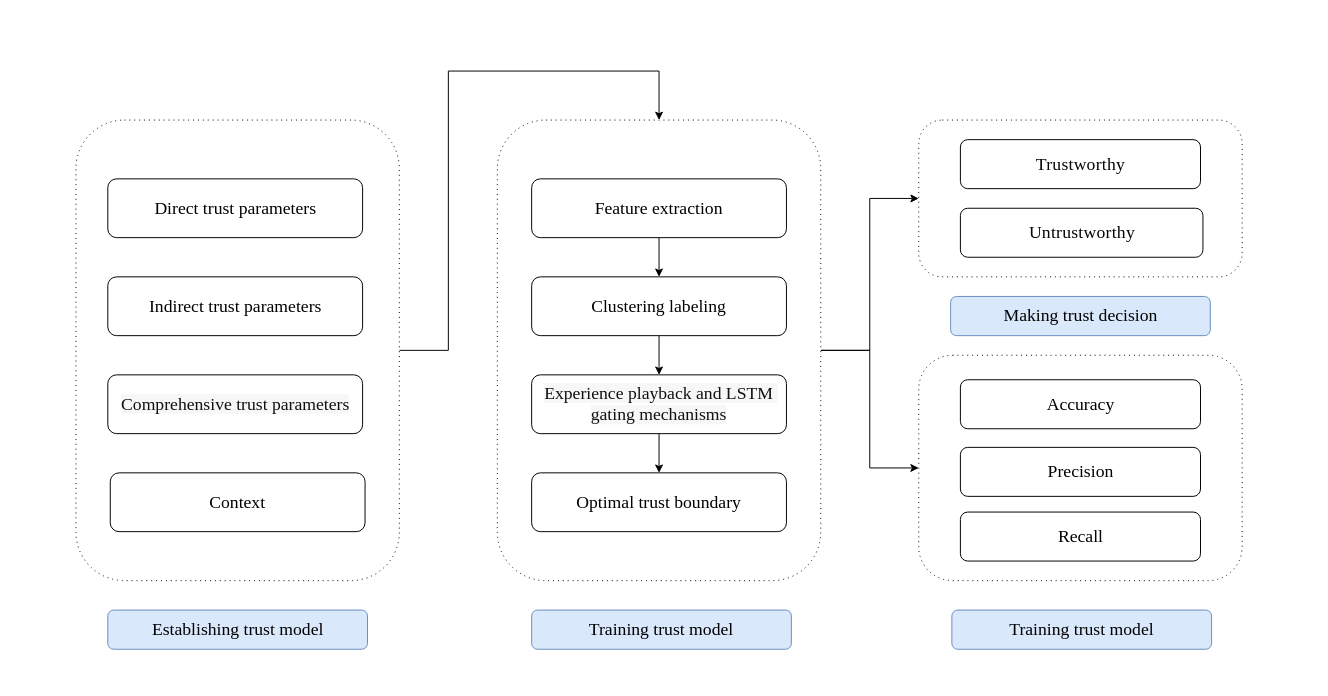
Before: 流程图.drawio in dongtianshuo/dongtianshuo5, a draw.io diagram. Source tidied: cells renumbered, new cells numbered last; positions are measured from the earlier drawing's top-left corner, leaving out a move shared by most shapes. Both pictures are drawn from the tidied source at 98%, with x=0, y=0 at pixel (75, 71).
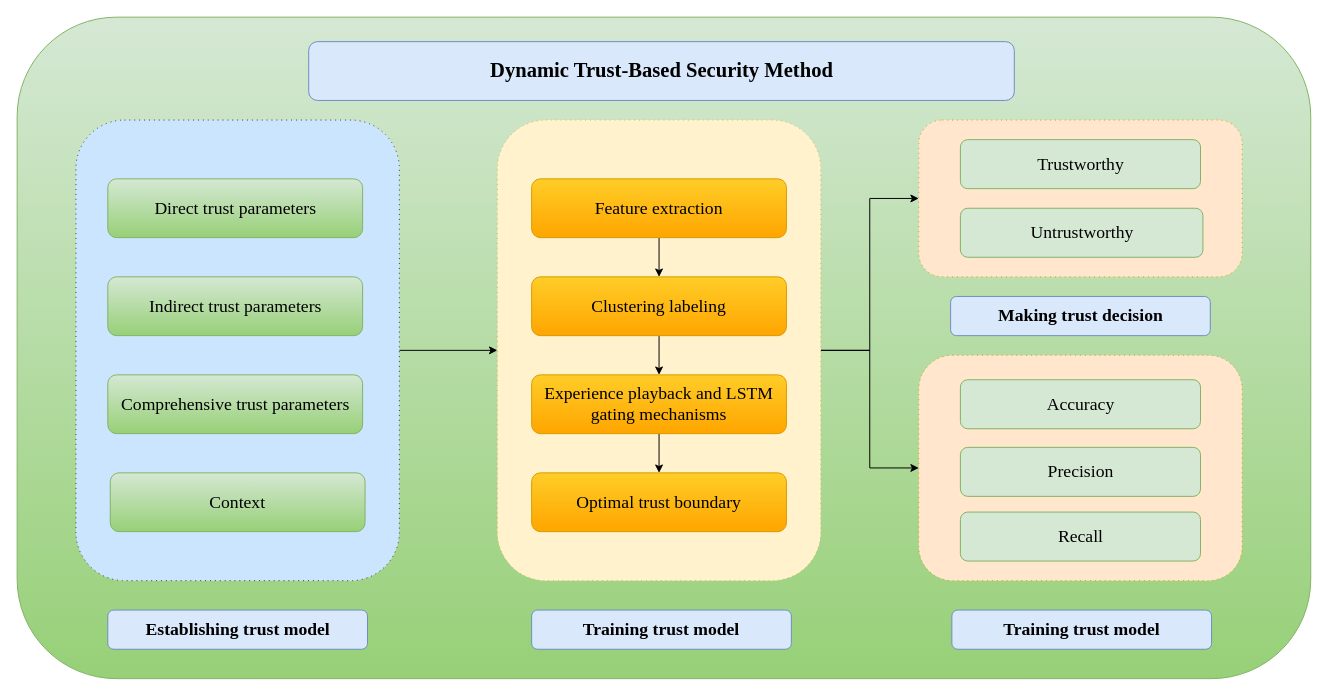
Above is the later version.

Commit message:
更新流程图.drawio

What changed in the source:
```diff
@@
+    <mxCell id="29" style="rounded=1;whiteSpace=wrap;html=1;fillColor=#d5e8d4;strokeColor=#82b366;gradientColor=#97d077;" parent="1" vertex="1">
+      <mxGeometry x="-60" y="-55" width="1320" height="675" as="geometry" />
+    </mxCell>
-    <mxCell id="2" style="edgeStyle=orthogonalEdgeStyle;rounded=0;jettySize=auto;html=1;entryX=0.5;entryY=0;entryDx=0;entryDy=0;" parent="1" edge="1" source="3" target="10">
-      <mxGeometry relative="1" as="geometry">
-        <Array as="points">
-          <mxPoint x="380" y="285" />
-          <mxPoint x="380" />
-          <mxPoint x="595" />
-        </Array>
-      </mxGeometry>
+    <mxCell id="2" style="edgeStyle=orthogonalEdgeStyle;rounded=0;jettySize=auto;html=1;" parent="1" edge="1" source="3" target="10">
+      <mxGeometry relative="1" as="geometry" />
     </mxCell>
-    <mxCell id="3" style="rounded=1;whiteSpace=wrap;html=1;dashed=1;dashPattern=1 4;" parent="1" vertex="1">
+    <mxCell id="3" style="rounded=1;whiteSpace=wrap;html=1;dashed=1;dashPattern=1 4;fillColor=#cce5ff;strokeColor=#36393d;" parent="1" vertex="1">
       <mxGeometry y="50" width="330" height="470" as="geometry" />
     </mxCell>
-    <mxCell id="4" value="&lt;font style=&quot;font-size: 18px;&quot; face=&quot;Times New Roman&quot;&gt;Direct trust parameters&lt;/font&gt;" style="rounded=1;whiteSpace=wrap;html=1;" parent="1" vertex="1">
+    <mxCell id="4" value="&lt;font style=&quot;font-size: 18px;&quot; face=&quot;Times New Roman&quot;&gt;Direct trust parameters&lt;/font&gt;" style="rounded=1;whiteSpace=wrap;html=1;fillColor=#d5e8d4;strokeColor=#82b366;gradientColor=#97d077;" parent="1" vertex="1">
       <mxGeometry x="32.5" y="110" width="260" height="60" as="geometry" />
     </mxCell>
-    <mxCell id="5" value="&lt;font style=&quot;font-size: 18px;&quot; face=&quot;Times New Roman&quot;&gt;Indirect trust parameters&lt;/font&gt;" style="rounded=1;whiteSpace=wrap;html=1;" parent="1" vertex="1">
+    <mxCell id="5" value="&lt;font style=&quot;font-size: 18px;&quot; face=&quot;Times New Roman&quot;&gt;Indirect trust parameters&lt;/font&gt;" style="rounded=1;whiteSpace=wrap;html=1;fillColor=#d5e8d4;strokeColor=#82b366;gradientColor=#97d077;" parent="1" vertex="1">
       <mxGeometry x="32.5" y="210" width="260" height="60" as="geometry" />
     </mxCell>
-    <mxCell id="6" value="&lt;font style=&quot;font-size: 18px;&quot; face=&quot;Times New Roman&quot;&gt;Context&lt;/font&gt;" style="rounded=1;whiteSpace=wrap;html=1;" parent="1" vertex="1">
+    <mxCell id="6" value="&lt;font style=&quot;font-size: 18px;&quot; face=&quot;Times New Roman&quot;&gt;Context&lt;/font&gt;" style="rounded=1;whiteSpace=wrap;html=1;fillColor=#d5e8d4;strokeColor=#82b366;gradientColor=#97d077;" parent="1" vertex="1">
       <mxGeometry x="35" y="410" width="260" height="60" as="geometry" />
     </mxCell>
-    <mxCell id="7" value="&lt;font style=&quot;font-size: 18px;&quot; face=&quot;Times New Roman&quot;&gt;Establishing trust model&lt;/font&gt;" style="rounded=1;whiteSpace=wrap;html=1;fillColor=#dae8fc;strokeColor=#6c8ebf;align=center;" parent="1" vertex="1">
+    <mxCell id="7" value="&lt;font style=&quot;font-size: 18px;&quot; face=&quot;Times New Roman&quot;&gt;&lt;b&gt;Establishing trust model&lt;/b&gt;&lt;/font&gt;" style="rounded=1;whiteSpace=wrap;html=1;fillColor=#dae8fc;strokeColor=#6c8ebf;align=center;" parent="1" vertex="1">
       <mxGeometry x="32.5" y="550" width="265" height="40" as="geometry" />
     </mxCell>
@@
-    <mxCell id="10" style="rounded=1;whiteSpace=wrap;html=1;dashed=1;dashPattern=1 4;" parent="1" vertex="1">
+    <mxCell id="10" style="rounded=1;whiteSpace=wrap;html=1;dashed=1;dashPattern=1 4;fillColor=#fff2cc;strokeColor=#d6b656;" parent="1" vertex="1">
       <mxGeometry x="430" y="50" width="330" height="470" as="geometry" />
     </mxCell>
-    <mxCell id="11" value="&lt;span style=&quot;color: rgb(17, 17, 17); font-size: 18px; text-align: start; white-space-collapse: preserve; background-color: rgb(247, 247, 247);&quot;&gt;&lt;font face=&quot;Times New Roman&quot;&gt;Comprehensive trust parameters&lt;/font&gt;&lt;/span&gt;" style="rounded=1;whiteSpace=wrap;html=1;" parent="1" vertex="1">
+    <mxCell id="11" value="&lt;font face=&quot;Times New Roman&quot; style=&quot;font-size: 18px;&quot;&gt;Comprehensive trust parameters&lt;/font&gt;" style="rounded=1;whiteSpace=wrap;html=1;fillColor=#d5e8d4;strokeColor=#82b366;gradientColor=#97d077;" parent="1" vertex="1">
       <mxGeometry x="32.5" y="310" width="260" height="60" as="geometry" />
     </mxCell>
@@
-    <mxCell id="13" value="&lt;font style=&quot;font-size: 18px;&quot; face=&quot;Times New Roman&quot;&gt;Feature extraction&lt;/font&gt;" style="rounded=1;whiteSpace=wrap;html=1;" parent="1" vertex="1">
+    <mxCell id="13" value="&lt;font style=&quot;font-size: 18px;&quot; face=&quot;Times New Roman&quot;&gt;Feature extraction&lt;/font&gt;" style="rounded=1;whiteSpace=wrap;html=1;fillColor=#ffcd28;strokeColor=#d79b00;gradientColor=#ffa500;" parent="1" vertex="1">
       <mxGeometry x="465" y="110" width="260" height="60" as="geometry" />
     </mxCell>
@@
-    <mxCell id="15" value="&lt;font style=&quot;font-size: 18px;&quot; face=&quot;Times New Roman&quot;&gt;Clustering labeling&lt;/font&gt;" style="rounded=1;whiteSpace=wrap;html=1;" parent="1" vertex="1">
+    <mxCell id="15" value="&lt;font style=&quot;font-size: 18px;&quot; face=&quot;Times New Roman&quot;&gt;Clustering labeling&lt;/font&gt;" style="rounded=1;whiteSpace=wrap;html=1;fillColor=#ffcd28;strokeColor=#d79b00;gradientColor=#ffa500;" parent="1" vertex="1">
       <mxGeometry x="465" y="210" width="260" height="60" as="geometry" />
     </mxCell>
@@
-    <mxCell id="17" value="&lt;span style=&quot;color: rgb(17, 17, 17); font-size: 18px; text-align: start; white-space-collapse: preserve; background-color: rgb(247, 247, 247);&quot;&gt;&lt;font face=&quot;Times New Roman&quot;&gt;Experience playback and LSTM gating mechanisms&lt;/font&gt;&lt;/span&gt;" style="rounded=1;whiteSpace=wrap;html=1;" parent="1" vertex="1">
+    <mxCell id="17" value="&lt;div style=&quot;text-align: center;&quot;&gt;&lt;font face=&quot;Times New Roman&quot;&gt;&lt;span style=&quot;font-size: 18px;&quot;&gt;Experience playback and LSTM gating mechanisms&lt;/span&gt;&lt;/font&gt;&lt;/div&gt;" style="rounded=1;whiteSpace=wrap;html=1;fillColor=#ffcd28;strokeColor=#d79b00;gradientColor=#ffa500;" parent="1" vertex="1">
       <mxGeometry x="465" y="310" width="260" height="60" as="geometry" />
     </mxCell>
-    <mxCell id="18" value="&lt;font style=&quot;font-size: 18px;&quot; face=&quot;Times New Roman&quot;&gt;Optimal trust boundary&lt;/font&gt;" style="rounded=1;whiteSpace=wrap;html=1;" parent="1" vertex="1">
+    <mxCell id="18" value="&lt;font style=&quot;font-size: 18px;&quot; face=&quot;Times New Roman&quot;&gt;Optimal trust boundary&lt;/font&gt;" style="rounded=1;whiteSpace=wrap;html=1;fillColor=#ffcd28;strokeColor=#d79b00;gradientColor=#ffa500;" parent="1" vertex="1">
       <mxGeometry x="465" y="410" width="260" height="60" as="geometry" />
     </mxCell>
-    <mxCell id="19" value="&lt;font style=&quot;font-size: 18px;&quot; face=&quot;Times New Roman&quot;&gt;Training trust model&lt;/font&gt;" style="rounded=1;whiteSpace=wrap;html=1;fillColor=#dae8fc;strokeColor=#6c8ebf;align=center;" parent="1" vertex="1">
+    <mxCell id="19" value="&lt;font style=&quot;font-size: 18px;&quot; face=&quot;Times New Roman&quot;&gt;&lt;b&gt;Training trust model&lt;/b&gt;&lt;/font&gt;" style="rounded=1;whiteSpace=wrap;html=1;fillColor=#dae8fc;strokeColor=#6c8ebf;align=center;" parent="1" vertex="1">
       <mxGeometry x="465" y="550" width="265" height="40" as="geometry" />
     </mxCell>
-    <mxCell id="20" style="rounded=1;whiteSpace=wrap;html=1;dashed=1;dashPattern=1 4;" parent="1" vertex="1">
+    <mxCell id="20" style="rounded=1;whiteSpace=wrap;html=1;dashed=1;dashPattern=1 4;fillColor=#ffe6cc;strokeColor=#d79b00;" parent="1" vertex="1">
       <mxGeometry x="860" y="50" width="330" height="160" as="geometry" />
     </mxCell>
-    <mxCell id="21" style="rounded=1;whiteSpace=wrap;html=1;dashed=1;dashPattern=1 4;" parent="1" vertex="1">
+    <mxCell id="21" style="rounded=1;whiteSpace=wrap;html=1;dashed=1;dashPattern=1 4;fillColor=#ffe6cc;strokeColor=#d79b00;" parent="1" vertex="1">
       <mxGeometry x="860" y="290" width="330" height="230" as="geometry" />
     </mxCell>
-    <mxCell id="22" value="&lt;span style=&quot;color: rgb(6, 6, 7); letter-spacing: 0.25px; text-align: left; white-space-collapse: preserve; background-color: rgb(255, 255, 255);&quot;&gt;&lt;font style=&quot;font-size: 18px;&quot; face=&quot;Times New Roman&quot;&gt;Trustworthy&lt;/font&gt;&lt;/span&gt;" style="rounded=1;whiteSpace=wrap;html=1;" parent="1" vertex="1">
+    <mxCell id="22" value="&lt;font style=&quot;font-size: 18px;&quot; face=&quot;Times New Roman&quot;&gt;Trustworthy&lt;/font&gt;" style="rounded=1;whiteSpace=wrap;html=1;fillColor=#d5e8d4;strokeColor=#82b366;" parent="1" vertex="1">
       <mxGeometry x="902.5" y="70" width="245" height="50" as="geometry" />
     </mxCell>
-    <mxCell id="23" value="&lt;span style=&quot;color: rgb(6, 6, 7); letter-spacing: 0.25px; text-align: left; white-space-collapse: preserve; background-color: rgb(255, 255, 255);&quot;&gt;&lt;font style=&quot;font-size: 18px;&quot; face=&quot;Times New Roman&quot;&gt;Untrustworthy&lt;/font&gt;&lt;/span&gt;" style="rounded=1;whiteSpace=wrap;html=1;" parent="1" vertex="1">
+    <mxCell id="23" value="&lt;font style=&quot;font-size: 18px;&quot; face=&quot;Times New Roman&quot;&gt;Untrustworthy&lt;/font&gt;" style="rounded=1;whiteSpace=wrap;html=1;fillColor=#d5e8d4;strokeColor=#82b366;" parent="1" vertex="1">
       <mxGeometry x="902.5" y="140" width="247.5" height="50" as="geometry" />
     </mxCell>
-    <mxCell id="24" value="&lt;font style=&quot;font-size: 18px;&quot; face=&quot;Times New Roman&quot;&gt;Making trust decision&lt;/font&gt;" style="rounded=1;whiteSpace=wrap;html=1;fillColor=#dae8fc;strokeColor=#6c8ebf;align=center;" parent="1" vertex="1">
+    <mxCell id="24" value="&lt;font style=&quot;font-size: 18px;&quot; face=&quot;Times New Roman&quot;&gt;&lt;b&gt;Making trust decision&lt;/b&gt;&lt;/font&gt;" style="rounded=1;whiteSpace=wrap;html=1;fillColor=#dae8fc;strokeColor=#6c8ebf;align=center;" parent="1" vertex="1">
       <mxGeometry x="892.5" y="230" width="265" height="40" as="geometry" />
     </mxCell>
-    <mxCell id="25" value="&lt;font style=&quot;font-size: 18px;&quot; face=&quot;Times New Roman&quot;&gt;Training trust model&lt;/font&gt;" style="rounded=1;whiteSpace=wrap;html=1;fillColor=#dae8fc;strokeColor=#6c8ebf;align=center;" parent="1" vertex="1">
+    <mxCell id="25" value="&lt;font style=&quot;font-size: 18px;&quot; face=&quot;Times New Roman&quot;&gt;&lt;b&gt;Training trust model&lt;/b&gt;&lt;/font&gt;" style="rounded=1;whiteSpace=wrap;html=1;fillColor=#dae8fc;strokeColor=#6c8ebf;align=center;" parent="1" vertex="1">
       <mxGeometry x="893.8" y="550" width="265" height="40" as="geometry" />
     </mxCell>
-    <mxCell id="26" value="&lt;font face=&quot;Times New Roman&quot;&gt;&lt;span style=&quot;font-size: 18px;&quot;&gt;Accuracy&lt;/span&gt;&lt;/font&gt;" style="rounded=1;whiteSpace=wrap;html=1;" parent="1" vertex="1">
+    <mxCell id="26" value="&lt;font face=&quot;Times New Roman&quot;&gt;&lt;span style=&quot;font-size: 18px;&quot;&gt;Accuracy&lt;/span&gt;&lt;/font&gt;" style="rounded=1;whiteSpace=wrap;html=1;fillColor=#d5e8d4;strokeColor=#82b366;" parent="1" vertex="1">
       <mxGeometry x="902.5" y="315" width="245" height="50" as="geometry" />
     </mxCell>
-    <mxCell id="27" value="&lt;span style=&quot;font-family: &amp;quot;Times New Roman&amp;quot;; font-size: 18px;&quot;&gt;Precision&lt;/span&gt;" style="rounded=1;whiteSpace=wrap;html=1;" parent="1" vertex="1">
+    <mxCell id="27" value="&lt;span style=&quot;font-family: &amp;quot;Times New Roman&amp;quot;; font-size: 18px;&quot;&gt;Precision&lt;/span&gt;" style="rounded=1;whiteSpace=wrap;html=1;fillColor=#d5e8d4;strokeColor=#82b366;" parent="1" vertex="1">
       <mxGeometry x="902.5" y="384" width="245" height="50" as="geometry" />
     </mxCell>
-    <mxCell id="28" value="&lt;span style=&quot;font-family: &amp;quot;Times New Roman&amp;quot;; font-size: 18px;&quot;&gt;Recall&lt;/span&gt;" style="rounded=1;whiteSpace=wrap;html=1;" parent="1" vertex="1">
+    <mxCell id="28" value="&lt;span style=&quot;font-family: &amp;quot;Times New Roman&amp;quot;; font-size: 18px;&quot;&gt;Recall&lt;/span&gt;" style="rounded=1;whiteSpace=wrap;html=1;fillColor=#d5e8d4;strokeColor=#82b366;" parent="1" vertex="1">
       <mxGeometry x="902.5" y="450" width="245" height="50" as="geometry" />
     </mxCell>
+    <mxCell id="30" value="&lt;font style=&quot;font-size: 21px;&quot; face=&quot;Times New Roman&quot;&gt;&lt;b&gt;Dynamic Trust-Based Security Method&lt;/b&gt;&lt;/font&gt;" style="rounded=1;whiteSpace=wrap;html=1;fillColor=#dae8fc;strokeColor=#6c8ebf;" parent="1" vertex="1">
+      <mxGeometry x="237.5" y="-30" width="720" height="60" as="geometry" />
+    </mxCell>
```
